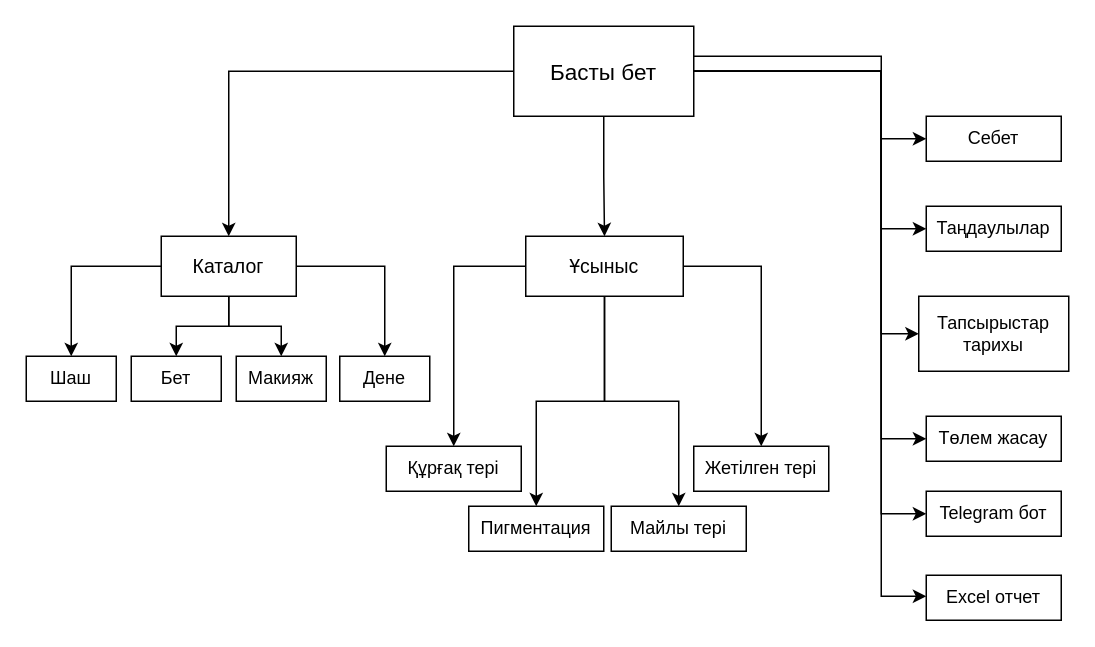
Above: структура сайта.drawio in mbayzhanova/nyx_react_project (draw.io), before the change. Source tidied: cells renumbered, new cells numbered last; positions are measured from the earlier drawing's top-left corner, leaving out a move shared by most shapes. Both pictures are drawn from the tidied source at 150%, with x=0, y=0 at pixel (26, 26).
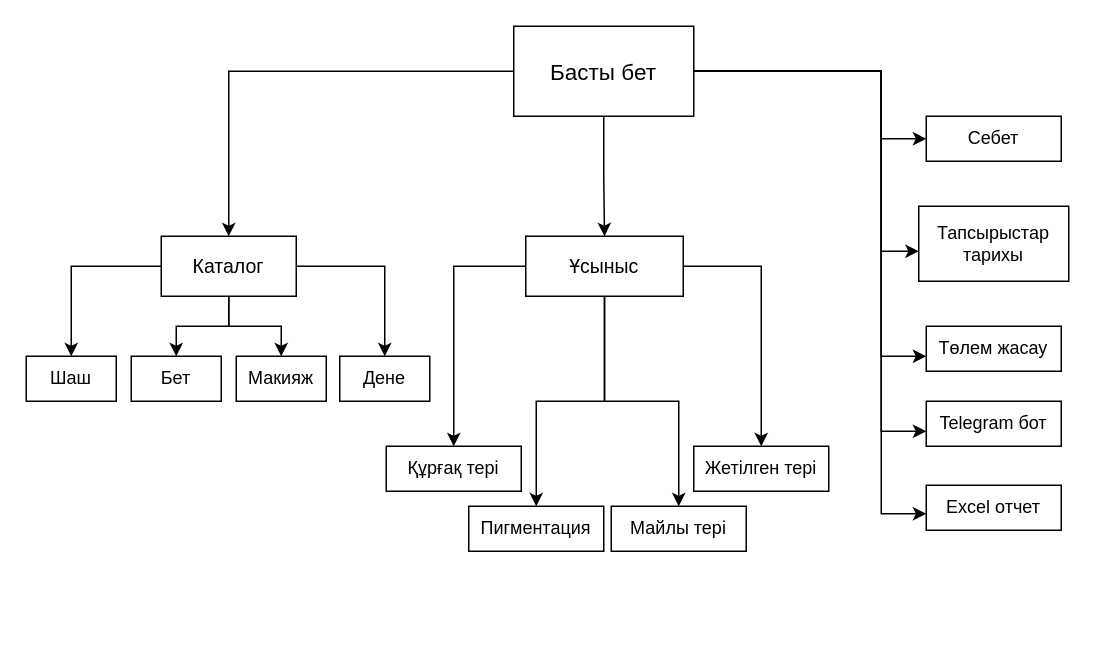
Above is the later version.

Unchanged cells that the change refers to:
```xml
<mxCell id="9" value="&lt;font style=&quot;font-size: 15px;&quot;&gt;Басты бет&lt;/font&gt;" style="rounded=0;whiteSpace=wrap;html=1;" parent="1" vertex="1">
  <mxGeometry x="325" width="120" height="60" as="geometry" />
</mxCell>
```

The edit, as a diff of the source:
```diff
@@
-    <mxCell id="5" style="edgeStyle=orthogonalEdgeStyle;rounded=0;jettySize=auto;html=1;" parent="1" edge="1" source="9" target="29">
-      <mxGeometry relative="1" as="geometry">
-        <Array as="points">
-          <mxPoint x="570" y="30" />
-          <mxPoint x="570" y="135" />
-        </Array>
-      </mxGeometry>
-    </mxCell>
-    <mxCell id="6" style="edgeStyle=orthogonalEdgeStyle;rounded=0;jettySize=auto;html=1;" parent="1" edge="1" source="9" target="30">
-      <mxGeometry relative="1" as="geometry">
-        <Array as="points">
-          <mxPoint x="570" y="30" />
-          <mxPoint x="570" y="205" />
-        </Array>
-      </mxGeometry>
-    </mxCell>
-    <mxCell id="7" style="edgeStyle=orthogonalEdgeStyle;rounded=0;jettySize=auto;html=1;" parent="1" edge="1" source="9" target="31">
-      <mxGeometry relative="1" as="geometry">
-        <Array as="points">
-          <mxPoint x="570" y="30" />
-          <mxPoint x="570" y="275" />
-        </Array>
-      </mxGeometry>
-    </mxCell>
-    <mxCell id="8" style="edgeStyle=orthogonalEdgeStyle;rounded=0;jettySize=auto;html=1;" parent="1" edge="1" source="9" target="32">
+    <mxCell id="8" style="edgeStyle=orthogonalEdgeStyle;rounded=0;jettySize=auto;html=1;" parent="1" edge="1" source="9" target="33">
       <mxGeometry relative="1" as="geometry">
         <Array as="points">
           <mxPoint x="570" y="30" />
           <mxPoint x="570" y="325" />
         </Array>
       </mxGeometry>
     </mxCell>
@@
-    <mxCell id="29" value="Таңдаулылар" style="rounded=0;whiteSpace=wrap;html=1;" parent="1" vertex="1">
-      <mxGeometry x="600" y="120" width="90" height="30" as="geometry" />
-    </mxCell>
     <mxCell id="30" value="Тапсырыстар тарихы" style="rounded=0;whiteSpace=wrap;html=1;" parent="1" vertex="1">
-      <mxGeometry x="595" y="180" width="100" height="50" as="geometry" />
+      <mxGeometry x="595" y="120" width="100" height="50" as="geometry" />
     </mxCell>
     <mxCell id="31" value="Төлем жасау" style="rounded=0;whiteSpace=wrap;html=1;" parent="1" vertex="1">
-      <mxGeometry x="600" y="260" width="90" height="30" as="geometry" />
+      <mxGeometry x="600" y="200" width="90" height="30" as="geometry" />
     </mxCell>
     <mxCell id="32" value="Telegram бот" style="rounded=0;whiteSpace=wrap;html=1;" parent="1" vertex="1">
-      <mxGeometry x="600" y="310" width="90" height="30" as="geometry" />
+      <mxGeometry x="600" y="250" width="90" height="30" as="geometry" />
     </mxCell>
     <mxCell id="33" value="Excel отчет" style="rounded=0;whiteSpace=wrap;html=1;" parent="1" vertex="1">
-      <mxGeometry x="600" y="366" width="90" height="30" as="geometry" />
+      <mxGeometry x="600" y="306" width="90" height="30" as="geometry" />
     </mxCell>
-    <mxCell id="34" style="edgeStyle=orthogonalEdgeStyle;rounded=0;orthogonalLoop=1;jettySize=auto;html=1;" parent="1" edge="1">
-      <mxGeometry relative="1" as="geometry">
-        <mxPoint x="445" y="20" as="sourcePoint" />
-        <mxPoint x="600" y="380" as="targetPoint" />
-        <Array as="points">
-          <mxPoint x="570" y="20" />
-          <mxPoint x="570" y="380" />
-        </Array>
-      </mxGeometry>
-    </mxCell>
+    <mxCell id="35" style="edgeStyle=orthogonalEdgeStyle;rounded=0;jettySize=auto;html=1;" parent="1" edge="1" source="9" target="32">
+      <mxGeometry relative="1" as="geometry">
+        <Array as="points">
+          <mxPoint x="570" y="30" />
+          <mxPoint x="570" y="270" />
+        </Array>
+      </mxGeometry>
+    </mxCell>
+    <mxCell id="7" style="edgeStyle=orthogonalEdgeStyle;rounded=0;jettySize=auto;html=1;" parent="1" edge="1" source="9" target="31">
+      <mxGeometry relative="1" as="geometry">
+        <Array as="points">
+          <mxPoint x="570" y="30" />
+          <mxPoint x="570" y="220" />
+        </Array>
+      </mxGeometry>
+    </mxCell>
+    <mxCell id="6" style="edgeStyle=orthogonalEdgeStyle;rounded=0;jettySize=auto;html=1;" parent="1" edge="1" source="9" target="30">
+      <mxGeometry relative="1" as="geometry">
+        <Array as="points">
+          <mxPoint x="570" y="30" />
+          <mxPoint x="570" y="150" />
+        </Array>
+      </mxGeometry>
+    </mxCell>
```
